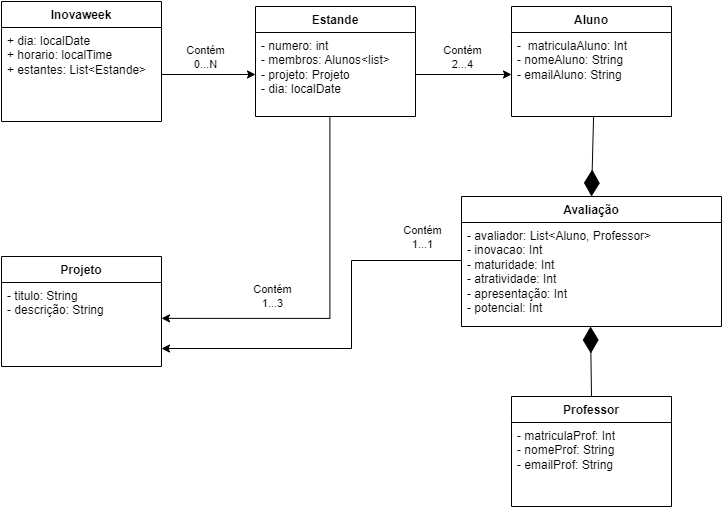
Earlier version of the draw.io export UML Inova.png (lokchin/projeto_inova_POO2). Source tidied: cells renumbered, new cells last; positions are measured from the earlier drawing's top-left corner, leaving out a move shared by most shapes. Source of this version:
```xml
<mxGraphModel>
  <root>
    <mxCell id="0" />
    <mxCell id="1" parent="0" />
    <mxCell id="2" value="Inovaweek" style="swimlane;fontStyle=1;align=center;verticalAlign=top;horizontal=1;startSize=26;whiteSpace=wrap;html=1;" parent="1" vertex="1">
      <mxGeometry width="160" height="120" as="geometry" />
    </mxCell>
    <mxCell id="3" value="+ dia: localDate&lt;br&gt;+ horario: localTime&lt;br&gt;+ estantes: List&amp;lt;Estande&amp;gt;" style="text;strokeColor=none;fillColor=none;align=left;verticalAlign=top;spacingLeft=4;spacingRight=4;overflow=hidden;points=[[0,0.5],[1,0.5]];portConstraint=eastwest;whiteSpace=wrap;html=1;" parent="2" vertex="1">
      <mxGeometry y="26" width="160" height="94" as="geometry" />
    </mxCell>
    <mxCell id="4" style="line;strokeWidth=1;fillColor=none;align=left;verticalAlign=middle;spacingTop=-1;spacingLeft=3;spacingRight=3;labelPosition=right;strokeColor=inherit;" parent="2" vertex="1">
      <mxGeometry y="120" width="160" as="geometry" />
    </mxCell>
    <mxCell id="5" value="Estande" style="swimlane;fontStyle=1;align=center;verticalAlign=top;horizontal=1;startSize=26;whiteSpace=wrap;html=1;" parent="1" vertex="1">
      <mxGeometry x="254" y="5" width="160" height="110" as="geometry" />
    </mxCell>
    <mxCell id="6" value="- numero: int&lt;br&gt;- membros: Alunos&amp;lt;list&amp;gt;&lt;br&gt;- projeto: Projeto&lt;br&gt;- dia: localDate" style="text;strokeColor=none;fillColor=none;align=left;verticalAlign=top;spacingLeft=4;spacingRight=4;overflow=hidden;points=[[0,0.5],[1,0.5]];portConstraint=eastwest;whiteSpace=wrap;html=1;" parent="5" vertex="1">
      <mxGeometry y="26" width="160" height="84" as="geometry" />
    </mxCell>
    <mxCell id="7" style="line;strokeWidth=1;fillColor=none;align=left;verticalAlign=middle;spacingTop=-1;spacingLeft=3;spacingRight=3;labelPosition=right;points=[];portConstraint=eastwest;strokeColor=inherit;" parent="5" vertex="1">
      <mxGeometry y="110" width="160" as="geometry" />
    </mxCell>
    <mxCell id="8" value="Aluno" style="swimlane;fontStyle=1;align=center;verticalAlign=top;horizontal=1;startSize=26;whiteSpace=wrap;html=1;" parent="1" vertex="1">
      <mxGeometry x="510" y="5" width="160" height="110" as="geometry" />
    </mxCell>
    <mxCell id="9" value="-&amp;nbsp; matriculaAluno: Int&lt;br&gt;- nomeAluno: String&lt;br&gt;- emailAluno: String" style="text;strokeColor=none;fillColor=none;align=left;verticalAlign=top;spacingLeft=4;spacingRight=4;overflow=hidden;points=[[0,0.5],[1,0.5]];portConstraint=eastwest;whiteSpace=wrap;html=1;" parent="8" vertex="1">
      <mxGeometry y="26" width="160" height="84" as="geometry" />
    </mxCell>
    <mxCell id="10" value="Professor" style="swimlane;fontStyle=1;align=center;verticalAlign=top;horizontal=1;startSize=26;whiteSpace=wrap;html=1;" parent="1" vertex="1">
      <mxGeometry x="510" y="395" width="160" height="110" as="geometry" />
    </mxCell>
    <mxCell id="11" value="- matriculaProf: Int&lt;br&gt;- nomeProf: String&lt;br&gt;- emailProf: String" style="text;strokeColor=none;fillColor=none;align=left;verticalAlign=top;spacingLeft=4;spacingRight=4;overflow=hidden;whiteSpace=wrap;html=1;" parent="10" vertex="1">
      <mxGeometry y="26" width="160" height="84" as="geometry" />
    </mxCell>
    <mxCell id="12" value="Projeto" style="swimlane;fontStyle=1;align=center;verticalAlign=top;horizontal=1;startSize=26;whiteSpace=wrap;html=1;" parent="1" vertex="1">
      <mxGeometry y="255" width="160" height="110" as="geometry" />
    </mxCell>
    <mxCell id="13" value="- titulo: String&lt;br&gt;- descrição: String" style="text;strokeColor=none;fillColor=none;align=left;verticalAlign=top;spacingLeft=4;spacingRight=4;overflow=hidden;points=[[0,0.5],[1,0.5]];portConstraint=eastwest;whiteSpace=wrap;html=1;" parent="12" vertex="1">
      <mxGeometry y="26" width="160" height="84" as="geometry" />
    </mxCell>
    <mxCell id="14" value="Avaliação" style="swimlane;fontStyle=1;align=center;verticalAlign=top;horizontal=1;startSize=26;whiteSpace=wrap;html=1;" parent="1" vertex="1">
      <mxGeometry x="460" y="195" width="260" height="130" as="geometry" />
    </mxCell>
    <mxCell id="15" value="- avaliador: List&amp;lt;Aluno, Professor&amp;gt;&lt;br&gt;- inovacao: Int&lt;br&gt;- maturidade: Int&lt;br&gt;- atratividade: Int&lt;br&gt;- apresentação: Int&lt;br&gt;- potencial: Int" style="text;strokeColor=none;fillColor=none;align=left;verticalAlign=top;spacingLeft=4;spacingRight=4;overflow=hidden;whiteSpace=wrap;html=1;" parent="14" vertex="1">
      <mxGeometry y="26" width="260" height="104" as="geometry" />
    </mxCell>
    <mxCell id="16" style="endArrow=diamondThin;endFill=1;endSize=24;html=1;rounded=0;exitX=0.5;exitY=0;exitDx=0;exitDy=0;entryX=0.5;entryY=0;entryDx=0;entryDy=0;" parent="14" edge="1" source="10">
      <mxGeometry relative="1" as="geometry">
        <mxPoint x="129" y="130" as="targetPoint" />
      </mxGeometry>
    </mxCell>
    <mxCell id="17" style="edgeStyle=orthogonalEdgeStyle;rounded=0;jettySize=auto;html=1;entryX=0.589;entryY=0.017;entryDx=0;entryDy=0;entryPerimeter=0;exitX=0.465;exitY=0;exitDx=0;exitDy=0;exitPerimeter=0;" parent="1" edge="1" source="7">
      <mxGeometry relative="1" as="geometry">
        <mxPoint x="160" y="316.9" as="targetPoint" />
        <Array as="points">
          <mxPoint x="328" y="317" />
        </Array>
      </mxGeometry>
    </mxCell>
    <mxCell id="18" value="Contém&lt;br&gt;1...3" style="edgeLabel;html=1;align=center;verticalAlign=middle;" parent="17" vertex="1">
      <mxGeometry x="0.41" relative="1" as="geometry">
        <mxPoint x="1" y="-22" as="offset" />
      </mxGeometry>
    </mxCell>
    <mxCell id="19" style="edgeStyle=orthogonalEdgeStyle;rounded=0;jettySize=auto;html=1;entryX=0;entryY=0.5;entryDx=0;entryDy=0;" parent="1" edge="1" source="3" target="6">
      <mxGeometry relative="1" as="geometry" />
    </mxCell>
    <mxCell id="20" value="Contém&lt;br&gt;0...N" style="edgeLabel;html=1;align=center;verticalAlign=middle;" parent="19" vertex="1">
      <mxGeometry x="-0.1" y="-2" relative="1" as="geometry">
        <mxPoint y="-20" as="offset" />
      </mxGeometry>
    </mxCell>
    <mxCell id="21" style="edgeStyle=orthogonalEdgeStyle;rounded=0;jettySize=auto;html=1;entryX=0;entryY=0.5;entryDx=0;entryDy=0;" parent="1" edge="1" source="6" target="9">
      <mxGeometry relative="1" as="geometry" />
    </mxCell>
    <mxCell id="22" value="Contém&lt;br&gt;2...4" style="edgeLabel;html=1;align=center;verticalAlign=middle;" parent="21" vertex="1">
      <mxGeometry x="0.17" y="2" relative="1" as="geometry">
        <mxPoint x="-10" y="-16" as="offset" />
      </mxGeometry>
    </mxCell>
    <mxCell id="23" style="endArrow=diamondThin;endFill=1;endSize=24;html=1;rounded=0;exitX=0.513;exitY=0.996;exitDx=0;exitDy=0;exitPerimeter=0;entryX=0.5;entryY=0;entryDx=0;entryDy=0;" parent="1" edge="1" source="9" target="14">
      <mxGeometry relative="1" as="geometry" />
    </mxCell>
    <mxCell id="24" style="edgeStyle=orthogonalEdgeStyle;rounded=0;jettySize=auto;html=1;entryX=1;entryY=0.786;entryDx=0;entryDy=0;entryPerimeter=0;" parent="1" edge="1" target="13">
      <mxGeometry relative="1" as="geometry">
        <mxPoint x="460" y="255" as="sourcePoint" />
        <Array as="points">
          <mxPoint x="350" y="259" />
          <mxPoint x="350" y="347" />
        </Array>
      </mxGeometry>
    </mxCell>
    <mxCell id="25" value="Contém&lt;br&gt;1...1" style="edgeLabel;html=1;align=center;verticalAlign=middle;" parent="24" vertex="1">
      <mxGeometry x="0.15" y="2" relative="1" as="geometry">
        <mxPoint x="94" y="-114" as="offset" />
      </mxGeometry>
    </mxCell>
  </root>
</mxGraphModel>
```
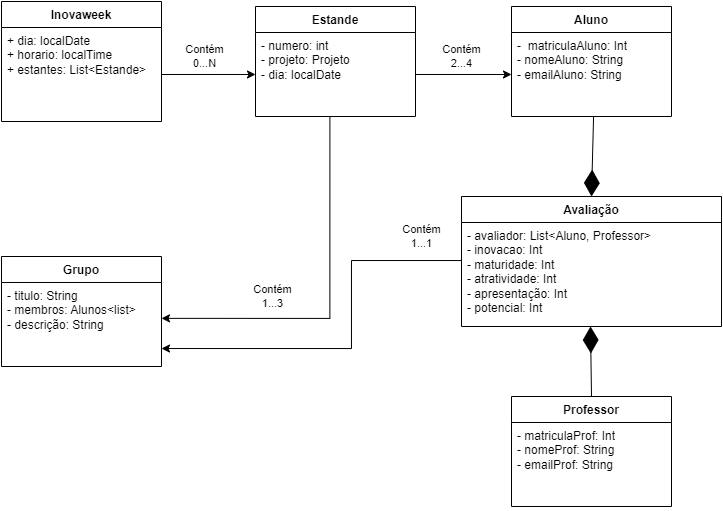
The same file after the commit.

The edit, as a diff of the source:
```diff
@@ -14,7 +14,7 @@
     <mxCell id="5" value="Estande" style="swimlane;fontStyle=1;align=center;verticalAlign=top;horizontal=1;startSize=26;whiteSpace=wrap;html=1;" parent="1" vertex="1">
       <mxGeometry x="254" y="5" width="160" height="110" as="geometry" />
     </mxCell>
-    <mxCell id="6" value="- numero: int&lt;br&gt;- membros: Alunos&amp;lt;list&amp;gt;&lt;br&gt;- projeto: Projeto&lt;br&gt;- dia: localDate" style="text;strokeColor=none;fillColor=none;align=left;verticalAlign=top;spacingLeft=4;spacingRight=4;overflow=hidden;points=[[0,0.5],[1,0.5]];portConstraint=eastwest;whiteSpace=wrap;html=1;" parent="5" vertex="1">
+    <mxCell id="6" value="- numero: int&lt;br&gt;- projeto: Projeto&lt;br&gt;- dia: localDate" style="text;strokeColor=none;fillColor=none;align=left;verticalAlign=top;spacingLeft=4;spacingRight=4;overflow=hidden;points=[[0,0.5],[1,0.5]];portConstraint=eastwest;whiteSpace=wrap;html=1;" parent="5" vertex="1">
       <mxGeometry y="26" width="160" height="84" as="geometry" />
     </mxCell>
     <mxCell id="7" style="line;strokeWidth=1;fillColor=none;align=left;verticalAlign=middle;spacingTop=-1;spacingLeft=3;spacingRight=3;labelPosition=right;points=[];portConstraint=eastwest;strokeColor=inherit;" parent="5" vertex="1">
@@ -32,10 +32,10 @@
     <mxCell id="11" value="- matriculaProf: Int&lt;br&gt;- nomeProf: String&lt;br&gt;- emailProf: String" style="text;strokeColor=none;fillColor=none;align=left;verticalAlign=top;spacingLeft=4;spacingRight=4;overflow=hidden;whiteSpace=wrap;html=1;" parent="10" vertex="1">
       <mxGeometry y="26" width="160" height="84" as="geometry" />
     </mxCell>
-    <mxCell id="12" value="Projeto" style="swimlane;fontStyle=1;align=center;verticalAlign=top;horizontal=1;startSize=26;whiteSpace=wrap;html=1;" parent="1" vertex="1">
+    <mxCell id="12" value="Grupo" style="swimlane;fontStyle=1;align=center;verticalAlign=top;horizontal=1;startSize=26;whiteSpace=wrap;html=1;" parent="1" vertex="1">
       <mxGeometry y="255" width="160" height="110" as="geometry" />
     </mxCell>
-    <mxCell id="13" value="- titulo: String&lt;br&gt;- descrição: String" style="text;strokeColor=none;fillColor=none;align=left;verticalAlign=top;spacingLeft=4;spacingRight=4;overflow=hidden;points=[[0,0.5],[1,0.5]];portConstraint=eastwest;whiteSpace=wrap;html=1;" parent="12" vertex="1">
+    <mxCell id="13" value="- titulo: String&lt;br&gt;- membros: Alunos&amp;lt;list&amp;gt;&lt;br style=&quot;border-color: var(--border-color);&quot;&gt;- descrição: String" style="text;strokeColor=none;fillColor=none;align=left;verticalAlign=top;spacingLeft=4;spacingRight=4;overflow=hidden;points=[[0,0.5],[1,0.5]];portConstraint=eastwest;whiteSpace=wrap;html=1;" parent="12" vertex="1">
       <mxGeometry y="26" width="160" height="84" as="geometry" />
     </mxCell>
     <mxCell id="14" value="Avaliação" style="swimlane;fontStyle=1;align=center;verticalAlign=top;horizontal=1;startSize=26;whiteSpace=wrap;html=1;" parent="1" vertex="1">
```
